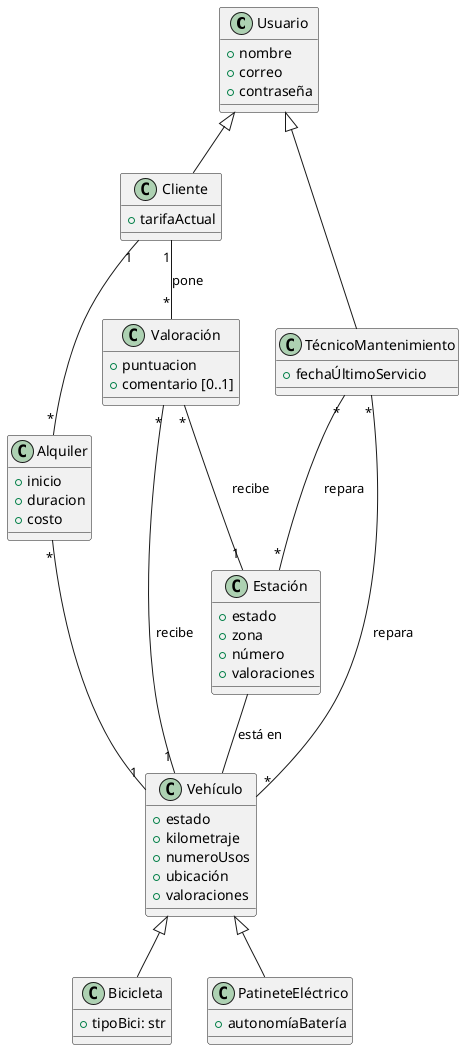
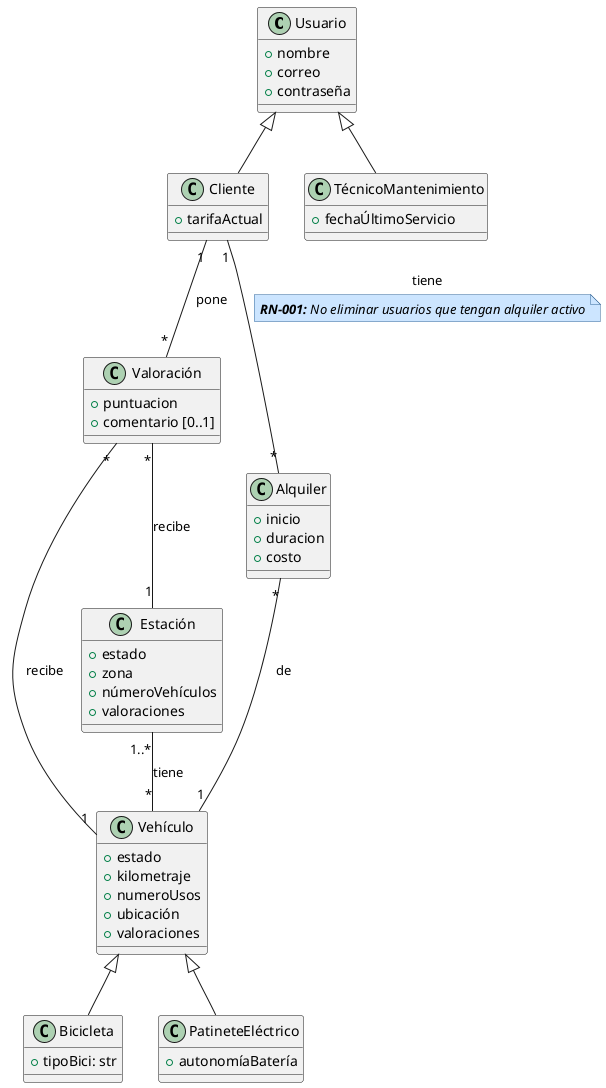
@startuml DiagramaClases
+ 
+ skinparam note {
+   BackgroundColor #cce5ff
+   BorderColor #336699
+   FontStyle italic
+ }

class Usuario {
    +nombre
    +correo
    +contraseña
}

class Cliente {
    +tarifaActual
}

class TécnicoMantenimiento {
    +fechaÚltimoServicio
}

class Valoración {
    +puntuacion
    +comentario [0..1]
}

class Alquiler {
    +inicio
    +duracion
    +costo
}

class Vehículo {
    +estado
    +kilometraje
    +numeroUsos
    +ubicación
    +valoraciones
}

class Estación {
    +estado
    +zona
-     +número
+     +númeroVehículos
    +valoraciones
}

class Bicicleta {
    +tipoBici: str
}

class PatineteEléctrico {
    +autonomíaBatería
}

Usuario <|-- Cliente
Usuario <|-- TécnicoMantenimiento

'Relación directa valoraciones'
Cliente "1"--"*" Valoración : pone
Valoración "*"--"1" Vehículo : recibe
Valoración "*"--"1" Estación : recibe

- Estación -- Vehículo : está en
+ Estación"1..*" -- "*"Vehículo : tiene

'Relacion de Alquileres'
- Cliente "1"--"*"  Alquiler
- Alquiler "*"--"1" Vehículo
+ Cliente "1"--"*"  Alquiler: tiene
+ 'Requisitos seguidos de relacion a linkear'
+ note on link
+   **RN-001:** No eliminar usuarios que tengan alquiler activo
+ end note

- TécnicoMantenimiento "*"--"*" Estación : repara
- TécnicoMantenimiento "*"--"*" Vehículo : repara
- 
+ Alquiler "*"--"1" Vehículo: de

Vehículo <|-- Bicicleta
Vehículo <|-- PatineteEléctrico

@enduml